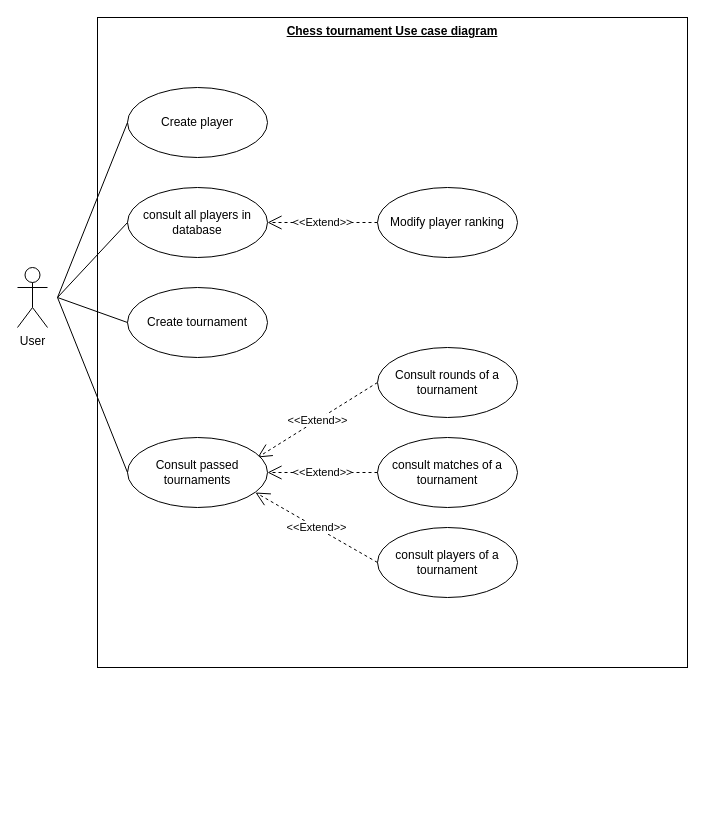
Above: use_case_diagram_chess.drawio in YoannDeb/chess_tournament (draw.io), before the change. Source tidied: cells renumbered, new cells numbered last; positions are measured from the earlier drawing's top-left corner, leaving out a move shared by most shapes. Both pictures are drawn from the tidied source at 100%, with x=0, y=0 at pixel (17, 17).
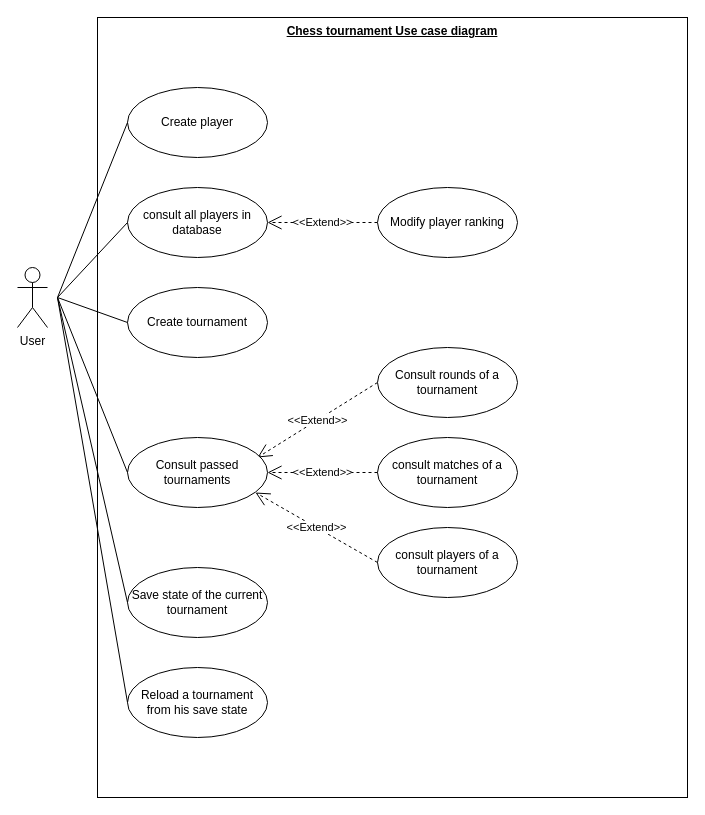
After the change.

Commit message:
doc : updated use case diagram

The edit, as a diff of the source:
```diff
@@
     <mxCell id="2" value="&lt;b&gt;&lt;u&gt;Chess tournament Use case diagram&lt;/u&gt;&lt;/b&gt;&lt;br&gt;&lt;table&gt;&lt;tbody&gt;&lt;tr&gt;&lt;td&gt;&lt;/td&gt;&lt;/tr&gt;&lt;/tbody&gt;&lt;/table&gt;" style="rounded=0;whiteSpace=wrap;html=1;verticalAlign=top;align=center;" parent="1" vertex="1">
-      <mxGeometry x="80" width="590" height="650" as="geometry" />
+      <mxGeometry x="80" width="590" height="780" as="geometry" />
     </mxCell>
@@
+    <mxCell id="20" value="Save state of the current tournament" style="ellipse;whiteSpace=wrap;html=1;align=center;" parent="1" vertex="1">
+      <mxGeometry x="110" y="550" width="140" height="70" as="geometry" />
+    </mxCell>
+    <mxCell id="21" value="Reload a tournament from his save state" style="ellipse;whiteSpace=wrap;html=1;align=center;" parent="1" vertex="1">
+      <mxGeometry x="110" y="650" width="140" height="70" as="geometry" />
+    </mxCell>
+    <mxCell id="22" style="edgeStyle=none;rounded=1;jettySize=auto;html=1;endArrow=none;endFill=0;endSize=16;entryX=0;entryY=0.5;entryDx=0;entryDy=0;" parent="1" edge="1" target="20">
+      <mxGeometry relative="1" as="geometry">
+        <mxPoint x="40" y="280" as="sourcePoint" />
+      </mxGeometry>
+    </mxCell>
+    <mxCell id="23" style="edgeStyle=none;rounded=1;jettySize=auto;html=1;endArrow=none;endFill=0;endSize=16;entryX=0;entryY=0.5;entryDx=0;entryDy=0;" parent="1" edge="1" target="21">
+      <mxGeometry relative="1" as="geometry">
+        <mxPoint x="40" y="280" as="sourcePoint" />
+      </mxGeometry>
+    </mxCell>
```
